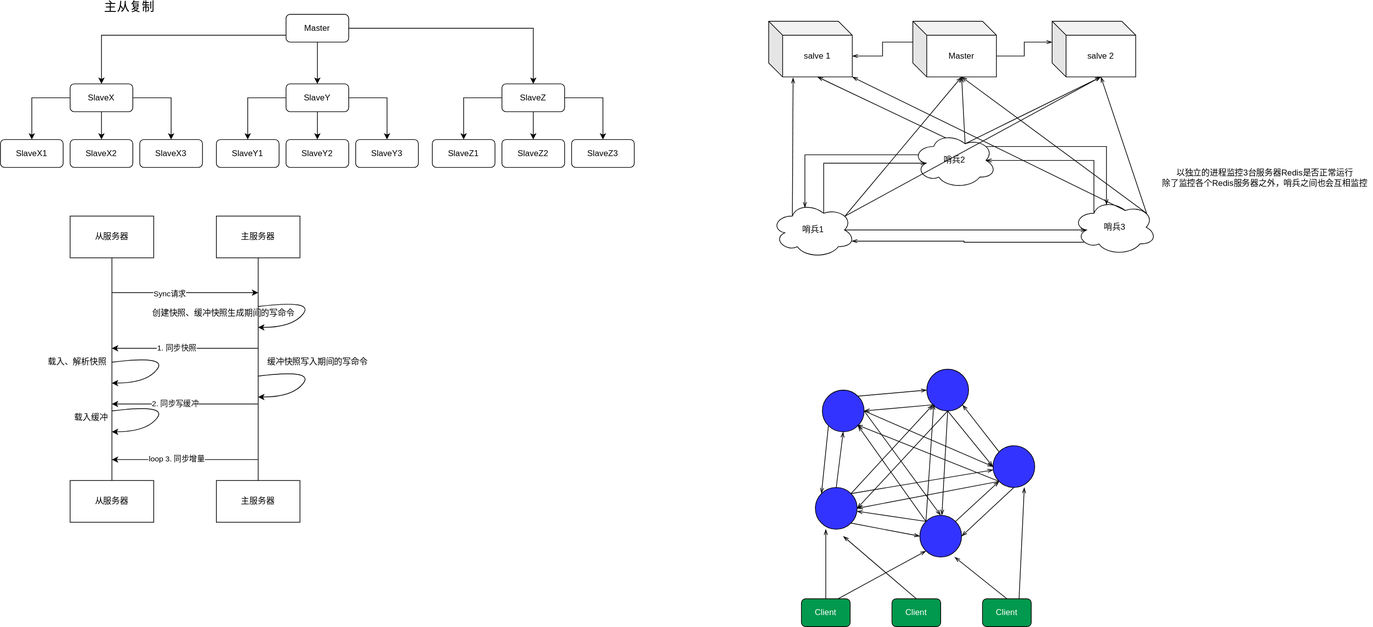
The draw.io diagram diagram/drawio/kv_redis_cluster.dio.svg in yunkaiOr2/awesome-infra, before a commit. Source tidied: cells renumbered, new cells last; positions are measured from the earlier drawing's top-left corner, leaving out a move shared by most shapes.
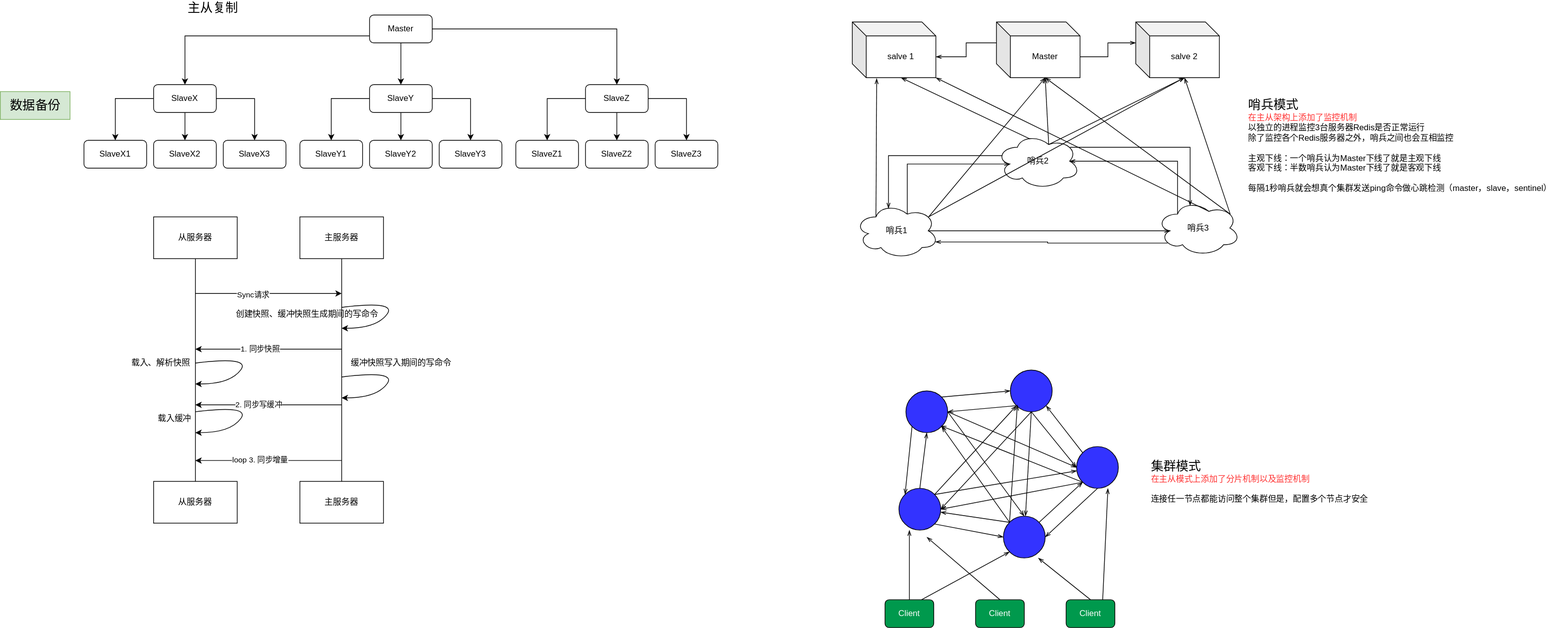
The same diagram one commit later.

Diff of the diagram source:
```diff
@@ -221,8 +221,8 @@
     <mxCell id="60" value="哨兵2" style="ellipse;shape=cloud;whiteSpace=wrap;html=1;fillColor=none;" parent="1" vertex="1">
       <mxGeometry x="1310" y="190" width="120" height="80" as="geometry" />
     </mxCell>
-    <mxCell id="61" value="以独立的进程监控3台服务器Redis是否正常运行&lt;br&gt;除了监控各个Redis服务器之外，哨兵之间也会互相监控" style="text;html=1;align=center;verticalAlign=middle;" parent="1" vertex="1">
-      <mxGeometry x="1660" y="240" width="310" height="30" as="geometry" />
+    <mxCell id="61" value="&lt;br&gt;&lt;font style=&quot;font-size: 18px;&quot;&gt;哨兵模式&lt;br&gt;&lt;/font&gt;&lt;font color=&quot;#ff3333&quot;&gt;在主从架构上添加了监控机制&lt;/font&gt;&lt;br&gt;以独立的进程监控3台服务器Redis是否正常运行&lt;br&gt;除了监控各个Redis服务器之外，哨兵之间也会互相监控&lt;br&gt;&lt;br&gt;主观下线：一个哨兵认为Master下线了就是主观下线&lt;br&gt;客观下线：半数哨兵认为Master下线了就是客观下线&lt;br&gt;&lt;br&gt;每隔1秒哨兵就会想真个集群发送ping命令做心跳检测（master，slave，sentinel）" style="text;html=1;align=left;verticalAlign=middle;" parent="1" vertex="1">
+      <mxGeometry x="1670" y="120" width="460" height="160" as="geometry" />
     </mxCell>
     <mxCell id="62" style="edgeStyle=orthogonalEdgeStyle;rounded=0;jettySize=auto;html=1;exitX=0.625;exitY=0.2;exitDx=0;exitDy=0;exitPerimeter=0;entryX=0.16;entryY=0.55;entryDx=0;entryDy=0;entryPerimeter=0;endArrow=openThin;endFill=0;" parent="1" edge="1" source="67" target="60">
       <mxGeometry relative="1" as="geometry">
@@ -383,5 +383,11 @@
     <mxCell id="106" value="&lt;font color=&quot;#ffffff&quot;&gt;Client&lt;/font&gt;" style="rounded=1;whiteSpace=wrap;html=1;fillColor=#00994D;" parent="1" vertex="1">
       <mxGeometry x="1410" y="860" width="70" height="40" as="geometry" />
     </mxCell>
+    <mxCell id="107" value="&lt;font style=&quot;&quot;&gt;&lt;span style=&quot;font-size: 18px;&quot;&gt;集群模式&lt;br&gt;&lt;/span&gt;&lt;font color=&quot;#ff3333&quot;&gt;在主从模式上添加了分片机制以及监控机制&lt;/font&gt;&lt;br&gt;&lt;br&gt;&lt;font style=&quot;font-size: 12px;&quot;&gt;连接任一节点都能访问整个集群但是，配置多个节点才安全&lt;br&gt;&lt;/font&gt;&lt;br&gt;&lt;br&gt;&lt;/font&gt;" style="text;html=1;align=left;verticalAlign=middle;strokeColor=none;fillColor=none;" parent="1" vertex="1">
+      <mxGeometry x="1530" y="650" width="340" height="110" as="geometry" />
+    </mxCell>
+    <mxCell id="108" value="&lt;font style=&quot;font-size: 18px;&quot;&gt;数据备份&lt;/font&gt;" style="text;html=1;align=center;verticalAlign=middle;strokeColor=#82b366;fillColor=#d5e8d4;" parent="1" vertex="1">
+      <mxGeometry x="-120" y="130" width="100" height="40" as="geometry" />
+    </mxCell>
   </root>
 </mxGraphModel>
```
